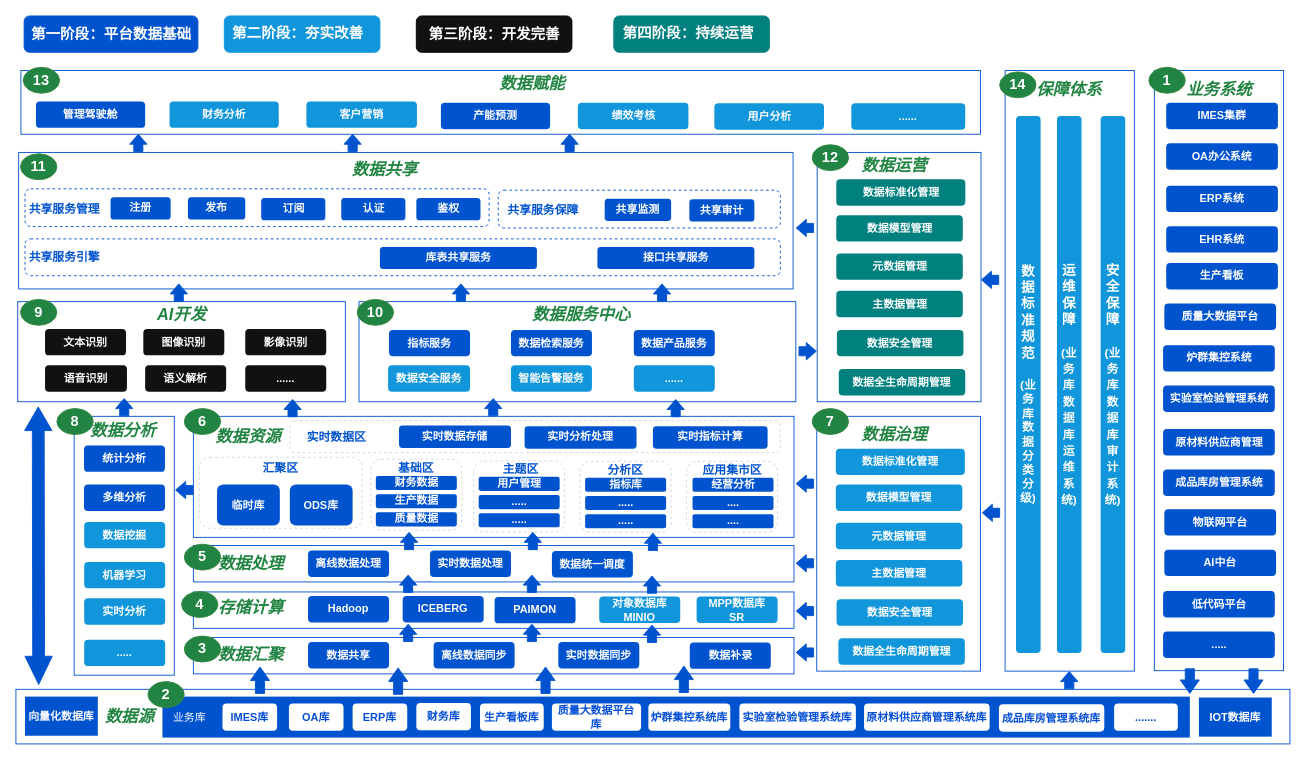
Before: 数据.drawio in Niujieheng/GitHub_june, a draw.io diagram. Source tidied: cells renumbered, new cells numbered last; positions are measured from the earlier drawing's top-left corner, leaving out a move shared by most shapes. Both pictures are drawn from the tidied source at 91%, with x=0, y=0 at pixel (15, 15).
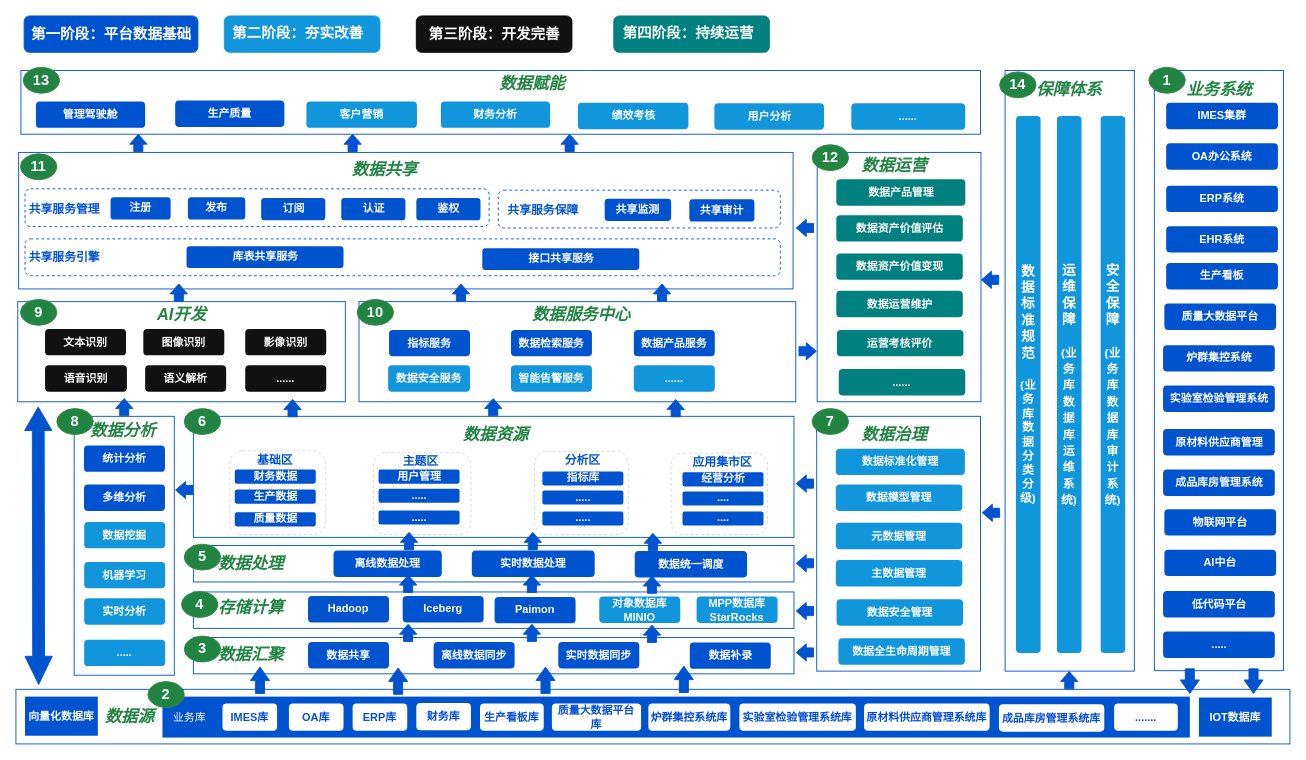
After the change.

What changed in the source:
```diff
@@
-    <mxCell id="33" value="&lt;b style=&quot;color: rgb(255, 255, 255);&quot;&gt;ICEBERG&lt;/b&gt;" style="text;html=1;whiteSpace=wrap;strokeColor=none;fillColor=light-dark(#0053cf, #ededed);align=center;verticalAlign=middle;rounded=1;" parent="1" vertex="1">
+    <mxCell id="33" value="&lt;b style=&quot;color: rgb(255, 255, 255);&quot;&gt;Iceberg&lt;/b&gt;" style="text;html=1;whiteSpace=wrap;strokeColor=none;fillColor=light-dark(#0053cf, #ededed);align=center;verticalAlign=middle;rounded=1;" parent="1" vertex="1">
       <mxGeometry x="425" y="637.5" width="89" height="29" as="geometry" />
     </mxCell>
@@
-    <mxCell id="35" value="&lt;font color=&quot;#ffffff&quot;&gt;&lt;b&gt;MPP数据库&lt;/b&gt;&lt;/font&gt;&lt;div&gt;&lt;font color=&quot;#ffffff&quot;&gt;&lt;b&gt;SR&lt;/b&gt;&lt;/font&gt;&lt;/div&gt;" style="text;html=1;whiteSpace=wrap;strokeColor=none;fillColor=light-dark(#1196db, #ededed);align=center;verticalAlign=middle;rounded=1;" parent="1" vertex="1">
+    <mxCell id="35" value="&lt;font style=&quot;color: rgb(255, 255, 255);&quot;&gt;&lt;b&gt;MPP数据库&lt;/b&gt;&lt;/font&gt;&lt;div&gt;&lt;font style=&quot;color: rgb(255, 255, 255);&quot;&gt;&lt;b&gt;StarRocks&lt;/b&gt;&lt;/font&gt;&lt;/div&gt;" style="text;html=1;whiteSpace=wrap;strokeColor=none;fillColor=light-dark(#1196db, #ededed);align=center;verticalAlign=middle;rounded=1;" parent="1" vertex="1">
       <mxGeometry x="748" y="638" width="89" height="29" as="geometry" />
     </mxCell>
@@
     <mxCell id="38" value="&lt;font style=&quot;color: light-dark(rgb(255, 255, 255), rgb(237, 237, 237));&quot;&gt;&lt;b style=&quot;&quot;&gt;离线数据处理&lt;/b&gt;&lt;/font&gt;" style="text;html=1;whiteSpace=wrap;strokeColor=none;fillColor=light-dark(#0053cf, #ededed);align=center;verticalAlign=middle;rounded=1;" parent="1" vertex="1">
-      <mxGeometry x="321" y="587.5" width="89" height="29" as="geometry" />
+      <mxGeometry x="349" y="587.5" width="119" height="29" as="geometry" />
     </mxCell>
     <mxCell id="39" value="&lt;b style=&quot;color: rgb(255, 255, 255);&quot;&gt;实时数据处理&lt;/b&gt;" style="text;html=1;whiteSpace=wrap;strokeColor=none;fillColor=light-dark(#0053cf, #ededed);align=center;verticalAlign=middle;rounded=1;" parent="1" vertex="1">
-      <mxGeometry x="455" y="587.5" width="89" height="29" as="geometry" />
+      <mxGeometry x="501" y="587.5" width="135" height="29" as="geometry" />
     </mxCell>
     <mxCell id="40" value="&lt;font color=&quot;#ffffff&quot;&gt;&lt;b&gt;数据统一调度&lt;/b&gt;&lt;/font&gt;" style="text;html=1;whiteSpace=wrap;strokeColor=none;fillColor=light-dark(#0053cf, #ededed);align=center;verticalAlign=middle;rounded=1;" parent="1" vertex="1">
-      <mxGeometry x="589" y="588" width="89" height="29" as="geometry" />
+      <mxGeometry x="680" y="588" width="123.5" height="29" as="geometry" />
     </mxCell>
@@
     <mxCell id="42" value="&lt;font color=&quot;#228442&quot;&gt;&lt;span style=&quot;font-size: 18px;&quot;&gt;&lt;b&gt;&lt;i&gt;数据资源&lt;/i&gt;&lt;/b&gt;&lt;/span&gt;&lt;/font&gt;" style="text;html=1;whiteSpace=wrap;strokeColor=none;fillColor=none;align=center;verticalAlign=middle;rounded=0;" parent="1" vertex="1">
-      <mxGeometry x="207.5" y="448" width="94.5" height="30" as="geometry" />
+      <mxGeometry x="479.8" y="445.5" width="94.5" height="30" as="geometry" />
     </mxCell>
@@
-    <mxCell id="74" value="&lt;font style=&quot;color: light-dark(rgb(255, 255, 255), rgb(237, 237, 237));&quot;&gt;&lt;b style=&quot;&quot;&gt;数据标准化管理&lt;/b&gt;&lt;/font&gt;" style="text;html=1;whiteSpace=wrap;strokeColor=none;fillColor=light-dark(#00807f, #EDEDED);align=center;verticalAlign=middle;rounded=1;" parent="1" vertex="1">
+    <mxCell id="74" value="&lt;font style=&quot;color: light-dark(rgb(255, 255, 255), rgb(237, 237, 237));&quot;&gt;&lt;b style=&quot;&quot;&gt;数据产品管理&lt;/b&gt;&lt;/font&gt;" style="text;html=1;whiteSpace=wrap;strokeColor=none;fillColor=light-dark(#00807f, #EDEDED);align=center;verticalAlign=middle;rounded=1;" parent="1" vertex="1">
       <mxGeometry x="901.5" y="179.5" width="141.8" height="29" as="geometry" />
     </mxCell>
-    <mxCell id="75" value="&lt;b style=&quot;color: rgb(255, 255, 255);&quot;&gt;数据模型管理&lt;/b&gt;" style="text;html=1;whiteSpace=wrap;strokeColor=none;fillColor=light-dark(#00807f, #EDEDED);align=center;verticalAlign=middle;rounded=1;" parent="1" vertex="1">
+    <mxCell id="75" value="&lt;b style=&quot;color: rgb(255, 255, 255);&quot;&gt;数据资产价值评估&lt;/b&gt;" style="text;html=1;whiteSpace=wrap;strokeColor=none;fillColor=light-dark(#00807f, #EDEDED);align=center;verticalAlign=middle;rounded=1;" parent="1" vertex="1">
       <mxGeometry x="901.5" y="219" width="139" height="29" as="geometry" />
     </mxCell>
-    <mxCell id="76" value="&lt;font color=&quot;#ffffff&quot;&gt;&lt;b&gt;元数据管理&lt;/b&gt;&lt;/font&gt;" style="text;html=1;whiteSpace=wrap;strokeColor=none;fillColor=light-dark(#00807f, #EDEDED);align=center;verticalAlign=middle;rounded=1;" parent="1" vertex="1">
+    <mxCell id="76" value="&lt;font color=&quot;#ffffff&quot;&gt;&lt;b&gt;数据资产价值变现&lt;/b&gt;&lt;/font&gt;" style="text;html=1;whiteSpace=wrap;strokeColor=none;fillColor=light-dark(#00807f, #EDEDED);align=center;verticalAlign=middle;rounded=1;" parent="1" vertex="1">
       <mxGeometry x="901.5" y="261" width="139" height="29" as="geometry" />
     </mxCell>
-    <mxCell id="77" style="rounded=1;whiteSpace=wrap;html=1;dashed=1;strokeColor=light-dark(#d6d6d6, #ededed);strokeWidth=1;" parent="1" vertex="1">
-      <mxGeometry x="201.5" y="485" width="179" height="78" as="geometry" />
-    </mxCell>
-    <mxCell id="78" value="&lt;font color=&quot;#ffffff&quot;&gt;&lt;b&gt;主数据管理&lt;/b&gt;&lt;/font&gt;" style="text;html=1;whiteSpace=wrap;strokeColor=none;fillColor=light-dark(#00807f, #EDEDED);align=center;verticalAlign=middle;rounded=1;" parent="1" vertex="1">
+    <mxCell id="78" value="&lt;font color=&quot;#ffffff&quot;&gt;&lt;b&gt;数据运营维护&lt;/b&gt;&lt;/font&gt;" style="text;html=1;whiteSpace=wrap;strokeColor=none;fillColor=light-dark(#00807f, #EDEDED);align=center;verticalAlign=middle;rounded=1;" parent="1" vertex="1">
       <mxGeometry x="901.5" y="302" width="139" height="29" as="geometry" />
     </mxCell>
-    <mxCell id="79" value="&lt;font color=&quot;#ffffff&quot;&gt;&lt;b&gt;数据安全管理&lt;/b&gt;&lt;/font&gt;" style="text;html=1;whiteSpace=wrap;strokeColor=none;fillColor=light-dark(#00807f, #EDEDED);align=center;verticalAlign=middle;rounded=1;" parent="1" vertex="1">
+    <mxCell id="79" value="&lt;font color=&quot;#ffffff&quot;&gt;&lt;b&gt;运营考核评价&lt;/b&gt;&lt;/font&gt;" style="text;html=1;whiteSpace=wrap;strokeColor=none;fillColor=light-dark(#00807f, #EDEDED);align=center;verticalAlign=middle;rounded=1;" parent="1" vertex="1">
       <mxGeometry x="902.2" y="345" width="139" height="29" as="geometry" />
     </mxCell>
-    <mxCell id="80" value="&lt;font color=&quot;#ffffff&quot;&gt;&lt;b&gt;数据全生命周期管理&lt;/b&gt;&lt;/font&gt;" style="text;html=1;whiteSpace=wrap;strokeColor=none;fillColor=light-dark(#00807f, #EDEDED);align=center;verticalAlign=middle;rounded=1;" parent="1" vertex="1">
+    <mxCell id="80" value="&lt;font color=&quot;#ffffff&quot;&gt;&lt;b&gt;......&lt;/b&gt;&lt;/font&gt;" style="text;html=1;whiteSpace=wrap;strokeColor=none;fillColor=light-dark(#00807f, #EDEDED);align=center;verticalAlign=middle;rounded=1;" parent="1" vertex="1">
       <mxGeometry x="904.2" y="388" width="139" height="29" as="geometry" />
     </mxCell>
@@
-    <mxCell id="82" value="&lt;font style=&quot;color: light-dark(rgb(255, 255, 255), rgb(237, 237, 237));&quot;&gt;&lt;b style=&quot;&quot;&gt;ODS库&lt;/b&gt;&lt;/font&gt;" style="text;html=1;whiteSpace=wrap;strokeColor=none;fillColor=light-dark(#0053cf, #ededed);align=center;verticalAlign=middle;rounded=1;" parent="1" vertex="1">
-      <mxGeometry x="301" y="515" width="69" height="45" as="geometry" />
-    </mxCell>
-    <mxCell id="83" value="&lt;font style=&quot;color: light-dark(rgb(0, 83, 207), rgb(237, 237, 237)); font-size: 13px;&quot;&gt;&lt;b&gt;汇聚区&lt;/b&gt;&lt;/font&gt;" style="text;html=1;whiteSpace=wrap;strokeColor=none;fillColor=none;align=center;verticalAlign=middle;rounded=0;" parent="1" vertex="1">
-      <mxGeometry x="261" y="482" width="60" height="30" as="geometry" />
-    </mxCell>
-    <mxCell id="84" value="&lt;font style=&quot;color: light-dark(rgb(255, 255, 255), rgb(237, 237, 237));&quot;&gt;&lt;b style=&quot;&quot;&gt;临时库&lt;/b&gt;&lt;/font&gt;" style="text;html=1;whiteSpace=wrap;strokeColor=none;fillColor=light-dark(#0053cf, #ededed);align=center;verticalAlign=middle;rounded=1;" parent="1" vertex="1">
-      <mxGeometry x="221" y="515" width="69" height="45" as="geometry" />
-    </mxCell>
-    <mxCell id="85" style="rounded=1;whiteSpace=wrap;html=1;dashed=1;strokeColor=light-dark(#d6d6d6, #ededed);strokeWidth=1;" parent="1" vertex="1">
-      <mxGeometry x="301" y="445" width="539" height="35" as="geometry" />
-    </mxCell>
-    <mxCell id="86" value="&lt;font style=&quot;color: light-dark(rgb(0, 83, 207), rgb(237, 237, 237)); font-size: 13px;&quot;&gt;&lt;b&gt;实时数据区&lt;/b&gt;&lt;/font&gt;" style="text;html=1;whiteSpace=wrap;strokeColor=none;fillColor=none;align=center;verticalAlign=middle;rounded=0;" parent="1" vertex="1">
-      <mxGeometry x="310" y="447.5" width="84.5" height="30" as="geometry" />
-    </mxCell>
-    <mxCell id="87" value="&lt;font style=&quot;color: light-dark(rgb(255, 255, 255), rgb(237, 237, 237));&quot;&gt;&lt;b style=&quot;&quot;&gt;实时分析处理&lt;/b&gt;&lt;/font&gt;" style="text;html=1;whiteSpace=wrap;strokeColor=none;fillColor=light-dark(#0053cf, #ededed);align=center;verticalAlign=middle;rounded=1;" parent="1" vertex="1">
-      <mxGeometry x="559" y="451" width="123" height="24.5" as="geometry" />
-    </mxCell>
-    <mxCell id="88" value="&lt;font style=&quot;color: light-dark(rgb(255, 255, 255), rgb(237, 237, 237));&quot;&gt;&lt;b style=&quot;&quot;&gt;实时指标计算&lt;/b&gt;&lt;/font&gt;" style="text;html=1;whiteSpace=wrap;strokeColor=none;fillColor=light-dark(#0053cf, #ededed);align=center;verticalAlign=middle;rounded=1;" parent="1" vertex="1">
-      <mxGeometry x="700" y="451" width="126" height="24.5" as="geometry" />
-    </mxCell>
-    <mxCell id="89" value="&lt;font style=&quot;color: light-dark(rgb(255, 255, 255), rgb(237, 237, 237));&quot;&gt;&lt;b style=&quot;&quot;&gt;实时数据存储&lt;/b&gt;&lt;/font&gt;" style="text;html=1;whiteSpace=wrap;strokeColor=none;fillColor=light-dark(#0053cf, #ededed);align=center;verticalAlign=middle;rounded=1;" parent="1" vertex="1">
-      <mxGeometry x="421" y="450.2" width="123" height="24.5" as="geometry" />
-    </mxCell>
     <mxCell id="90" style="rounded=1;whiteSpace=wrap;html=1;dashed=1;strokeColor=light-dark(#d6d6d6, #ededed);strokeWidth=1;" parent="1" vertex="1">
-      <mxGeometry x="390" y="487" width="100" height="78" as="geometry" />
+      <mxGeometry x="235" y="478" width="105" height="92" as="geometry" />
     </mxCell>
     <mxCell id="91" style="rounded=1;whiteSpace=wrap;html=1;dashed=1;strokeColor=light-dark(#d6d6d6, #ededed);strokeWidth=1;" parent="1" vertex="1">
-      <mxGeometry x="503" y="489" width="100" height="78" as="geometry" />
+      <mxGeometry x="393" y="480" width="107" height="90" as="geometry" />
     </mxCell>
     <mxCell id="92" style="rounded=1;whiteSpace=wrap;html=1;dashed=1;strokeColor=light-dark(#d6d6d6, #ededed);strokeWidth=1;" parent="1" vertex="1">
-      <mxGeometry x="620" y="489.5" width="100" height="78" as="geometry" />
+      <mxGeometry x="570" y="478.5" width="103" height="91.5" as="geometry" />
     </mxCell>
     <mxCell id="93" style="rounded=1;whiteSpace=wrap;html=1;dashed=1;strokeColor=light-dark(#d6d6d6, #ededed);strokeWidth=1;" parent="1" vertex="1">
-      <mxGeometry x="737" y="489.5" width="100" height="78" as="geometry" />
+      <mxGeometry x="720" y="480.5" width="106" height="89.5" as="geometry" />
     </mxCell>
     <mxCell id="94" value="&lt;font style=&quot;color: light-dark(rgb(0, 83, 207), rgb(237, 237, 237)); font-size: 13px;&quot;&gt;&lt;b&gt;基础区&lt;/b&gt;&lt;/font&gt;" style="text;html=1;whiteSpace=wrap;strokeColor=none;fillColor=none;align=center;verticalAlign=middle;rounded=0;" parent="1" vertex="1">
-      <mxGeometry x="410" y="482" width="60" height="30" as="geometry" />
+      <mxGeometry x="255" y="473" width="60" height="30" as="geometry" />
     </mxCell>
     <mxCell id="95" value="&lt;font style=&quot;color: light-dark(rgb(0, 83, 207), rgb(237, 237, 237)); font-size: 13px;&quot;&gt;&lt;b&gt;主题区&lt;/b&gt;&lt;/font&gt;" style="text;html=1;whiteSpace=wrap;strokeColor=none;fillColor=none;align=center;verticalAlign=middle;rounded=0;" parent="1" vertex="1">
-      <mxGeometry x="524.5" y="483" width="60" height="30" as="geometry" />
+      <mxGeometry x="414.5" y="474" width="60" height="30" as="geometry" />
     </mxCell>
     <mxCell id="96" value="&lt;font style=&quot;color: light-dark(rgb(0, 83, 207), rgb(237, 237, 237)); font-size: 13px;&quot;&gt;&lt;b&gt;分析区&lt;/b&gt;&lt;/font&gt;" style="text;html=1;whiteSpace=wrap;strokeColor=none;fillColor=none;align=center;verticalAlign=middle;rounded=0;" parent="1" vertex="1">
-      <mxGeometry x="640" y="484" width="60" height="30" as="geometry" />
+      <mxGeometry x="593" y="473" width="60" height="30" as="geometry" />
     </mxCell>
     <mxCell id="97" value="&lt;font style=&quot;color: light-dark(rgb(0, 83, 207), rgb(237, 237, 237)); font-size: 13px;&quot;&gt;&lt;b&gt;应用集市区&lt;/b&gt;&lt;/font&gt;" style="text;html=1;whiteSpace=wrap;strokeColor=none;fillColor=none;align=center;verticalAlign=middle;rounded=0;" parent="1" vertex="1">
-      <mxGeometry x="750.5" y="484" width="73" height="30" as="geometry" />
+      <mxGeometry x="739.5" y="475" width="73" height="30" as="geometry" />
     </mxCell>
     <mxCell id="98" value="&lt;b style=&quot;color: rgb(255, 255, 255);&quot;&gt;财务数据&lt;/b&gt;" style="text;html=1;whiteSpace=wrap;strokeColor=none;fillColor=light-dark(#0053cf, #ededed);align=center;verticalAlign=middle;rounded=1;" parent="1" vertex="1">
-      <mxGeometry x="395.5" y="505.5" width="89" height="15.5" as="geometry" />
+      <mxGeometry x="240.5" y="498.5" width="89" height="15.5" as="geometry" />
     </mxCell>
     <mxCell id="99" value="&lt;font color=&quot;#ffffff&quot;&gt;&lt;b&gt;生产数据&lt;/b&gt;&lt;/font&gt;" style="text;html=1;whiteSpace=wrap;strokeColor=none;fillColor=light-dark(#0053cf, #ededed);align=center;verticalAlign=middle;rounded=1;" parent="1" vertex="1">
-      <mxGeometry x="395.5" y="525.5" width="89" height="15.5" as="geometry" />
+      <mxGeometry x="240.5" y="520.5" width="89" height="15.5" as="geometry" />
     </mxCell>
     <mxCell id="100" value="&lt;b style=&quot;color: rgb(255, 255, 255);&quot;&gt;质量数据&lt;/b&gt;" style="text;html=1;whiteSpace=wrap;strokeColor=none;fillColor=light-dark(#0053cf, #ededed);align=center;verticalAlign=middle;rounded=1;" parent="1" vertex="1">
-      <mxGeometry x="395.5" y="545.5" width="89" height="15.5" as="geometry" />
+      <mxGeometry x="240.5" y="545.5" width="89" height="15.5" as="geometry" />
     </mxCell>
     <mxCell id="101" value="&lt;b style=&quot;color: rgb(255, 255, 255);&quot;&gt;用户管理&lt;/b&gt;" style="text;html=1;whiteSpace=wrap;strokeColor=none;fillColor=light-dark(#0053cf, #ededed);align=center;verticalAlign=middle;rounded=1;" parent="1" vertex="1">
-      <mxGeometry x="508.5" y="506.5" width="89" height="15.5" as="geometry" />
+      <mxGeometry x="398.5" y="498.5" width="89" height="15.5" as="geometry" />
     </mxCell>
     <mxCell id="102" value="&lt;font color=&quot;#ffffff&quot;&gt;&lt;b&gt;.....&lt;/b&gt;&lt;/font&gt;" style="text;html=1;whiteSpace=wrap;strokeColor=none;fillColor=light-dark(#0053cf, #ededed);align=center;verticalAlign=middle;rounded=1;" parent="1" vertex="1">
-      <mxGeometry x="508.5" y="526.5" width="89" height="15.5" as="geometry" />
+      <mxGeometry x="398.5" y="519.5" width="89" height="15.5" as="geometry" />
     </mxCell>
     <mxCell id="103" value="&lt;b style=&quot;color: rgb(255, 255, 255);&quot;&gt;.....&lt;/b&gt;" style="text;html=1;whiteSpace=wrap;strokeColor=none;fillColor=light-dark(#0053cf, #ededed);align=center;verticalAlign=middle;rounded=1;" parent="1" vertex="1">
-      <mxGeometry x="508.5" y="546.5" width="89" height="15.5" as="geometry" />
+      <mxGeometry x="398.5" y="543.5" width="89" height="15.5" as="geometry" />
     </mxCell>
     <mxCell id="104" value="&lt;b style=&quot;color: rgb(255, 255, 255);&quot;&gt;指标库&lt;/b&gt;" style="text;html=1;whiteSpace=wrap;strokeColor=none;fillColor=light-dark(#0053cf, #ededed);align=center;verticalAlign=middle;rounded=1;" parent="1" vertex="1">
-      <mxGeometry x="625.5" y="507.5" width="89" height="15.5" as="geometry" />
+      <mxGeometry x="578.5" y="500.5" width="89" height="15.5" as="geometry" />
     </mxCell>
     <mxCell id="105" value="&lt;b style=&quot;color: rgb(255, 255, 255);&quot;&gt;.....&lt;/b&gt;" style="text;html=1;whiteSpace=wrap;strokeColor=none;fillColor=light-dark(#0053cf, #ededed);align=center;verticalAlign=middle;rounded=1;" parent="1" vertex="1">
-      <mxGeometry x="625.5" y="527.5" width="89" height="15.5" as="geometry" />
+      <mxGeometry x="578.5" y="521.5" width="89" height="15.5" as="geometry" />
     </mxCell>
     <mxCell id="106" value="&lt;b style=&quot;color: rgb(255, 255, 255);&quot;&gt;.....&lt;/b&gt;" style="text;html=1;whiteSpace=wrap;strokeColor=none;fillColor=light-dark(#0053cf, #ededed);align=center;verticalAlign=middle;rounded=1;" parent="1" vertex="1">
-      <mxGeometry x="625.5" y="547.5" width="89" height="15.5" as="geometry" />
+      <mxGeometry x="578.5" y="544.5" width="89" height="15.5" as="geometry" />
     </mxCell>
     <mxCell id="107" value="&lt;b style=&quot;color: rgb(255, 255, 255);&quot;&gt;经营分析&lt;/b&gt;" style="text;html=1;whiteSpace=wrap;strokeColor=none;fillColor=light-dark(#0053cf, #ededed);align=center;verticalAlign=middle;rounded=1;" parent="1" vertex="1">
-      <mxGeometry x="743.5" y="507.5" width="89" height="15.5" as="geometry" />
+      <mxGeometry x="732.5" y="501.5" width="89" height="15.5" as="geometry" />
     </mxCell>
     <mxCell id="108" value="&lt;b style=&quot;color: rgb(255, 255, 255);&quot;&gt;....&lt;/b&gt;" style="text;html=1;whiteSpace=wrap;strokeColor=none;fillColor=light-dark(#0053cf, #ededed);align=center;verticalAlign=middle;rounded=1;" parent="1" vertex="1">
-      <mxGeometry x="743.5" y="527.5" width="89" height="15.5" as="geometry" />
+      <mxGeometry x="732.5" y="522.5" width="89" height="15.5" as="geometry" />
     </mxCell>
     <mxCell id="109" value="&lt;b style=&quot;color: rgb(255, 255, 255);&quot;&gt;....&lt;/b&gt;" style="text;html=1;whiteSpace=wrap;strokeColor=none;fillColor=light-dark(#0053cf, #ededed);align=center;verticalAlign=middle;rounded=1;" parent="1" vertex="1">
-      <mxGeometry x="743.5" y="547.5" width="89" height="15.5" as="geometry" />
+      <mxGeometry x="732.5" y="544.5" width="89" height="15.5" as="geometry" />
     </mxCell>
@@
     <mxCell id="113" value="&lt;font style=&quot;color: light-dark(rgb(255, 255, 255), rgb(237, 237, 237));&quot;&gt;&lt;b style=&quot;&quot;&gt;库表共享服务&lt;/b&gt;&lt;/font&gt;" style="text;html=1;whiteSpace=wrap;strokeColor=none;fillColor=light-dark(#0053cf, #ededed);align=center;verticalAlign=middle;rounded=1;" parent="1" vertex="1">
-      <mxGeometry x="400" y="254" width="172.5" height="24" as="geometry" />
+      <mxGeometry x="187.5" y="253" width="172.5" height="24" as="geometry" />
     </mxCell>
@@
     <mxCell id="122" value="&lt;font style=&quot;color: light-dark(rgb(255, 255, 255), rgb(237, 237, 237));&quot;&gt;&lt;b style=&quot;&quot;&gt;接口共享服务&lt;/b&gt;&lt;/font&gt;" style="text;html=1;whiteSpace=wrap;strokeColor=none;fillColor=light-dark(#0053cf, #ededed);align=center;verticalAlign=middle;rounded=1;" parent="1" vertex="1">
-      <mxGeometry x="639" y="254" width="172.5" height="24" as="geometry" />
+      <mxGeometry x="512.5" y="255.2" width="172.5" height="24" as="geometry" />
     </mxCell>
@@
-    <mxCell id="130" value="&lt;font color=&quot;#ffffff&quot;&gt;&lt;b&gt;产能预测&lt;/b&gt;&lt;/font&gt;" style="text;html=1;whiteSpace=wrap;strokeColor=none;fillColor=light-dark(#0053cf, #ededed);align=center;verticalAlign=middle;rounded=1;" parent="1" vertex="1">
-      <mxGeometry x="467" y="95.5" width="120" height="29" as="geometry" />
+    <mxCell id="130" value="&lt;font color=&quot;#ffffff&quot;&gt;&lt;b&gt;生产质量&lt;/b&gt;&lt;/font&gt;" style="text;html=1;whiteSpace=wrap;strokeColor=none;fillColor=light-dark(#0053cf, #ededed);align=center;verticalAlign=middle;rounded=1;" parent="1" vertex="1">
+      <mxGeometry x="175" y="93" width="120" height="29" as="geometry" />
     </mxCell>
@@
     <mxCell id="239" value="&lt;b style=&quot;color: rgb(255, 255, 255);&quot;&gt;财务分析&lt;/b&gt;" style="text;html=1;whiteSpace=wrap;strokeColor=none;fillColor=light-dark(#1196db, #ededed);align=center;verticalAlign=middle;rounded=1;" parent="1" vertex="1">
-      <mxGeometry x="168.8" y="94" width="120" height="29" as="geometry" />
+      <mxGeometry x="467" y="94" width="120" height="29" as="geometry" />
     </mxCell>
@@
-    <mxCell id="242" value="&lt;font color=&quot;#ffffff&quot;&gt;&lt;b&gt;PAIMON&lt;/b&gt;&lt;/font&gt;" style="text;html=1;whiteSpace=wrap;strokeColor=none;fillColor=light-dark(#0053cf, #ededed);align=center;verticalAlign=middle;rounded=1;" parent="1" vertex="1">
+    <mxCell id="242" value="&lt;font color=&quot;#ffffff&quot;&gt;&lt;b&gt;Paimon&lt;/b&gt;&lt;/font&gt;" style="text;html=1;whiteSpace=wrap;strokeColor=none;fillColor=light-dark(#0053cf, #ededed);align=center;verticalAlign=middle;rounded=1;" parent="1" vertex="1">
       <mxGeometry x="526" y="638.5" width="89" height="29" as="geometry" />
     </mxCell>
```
